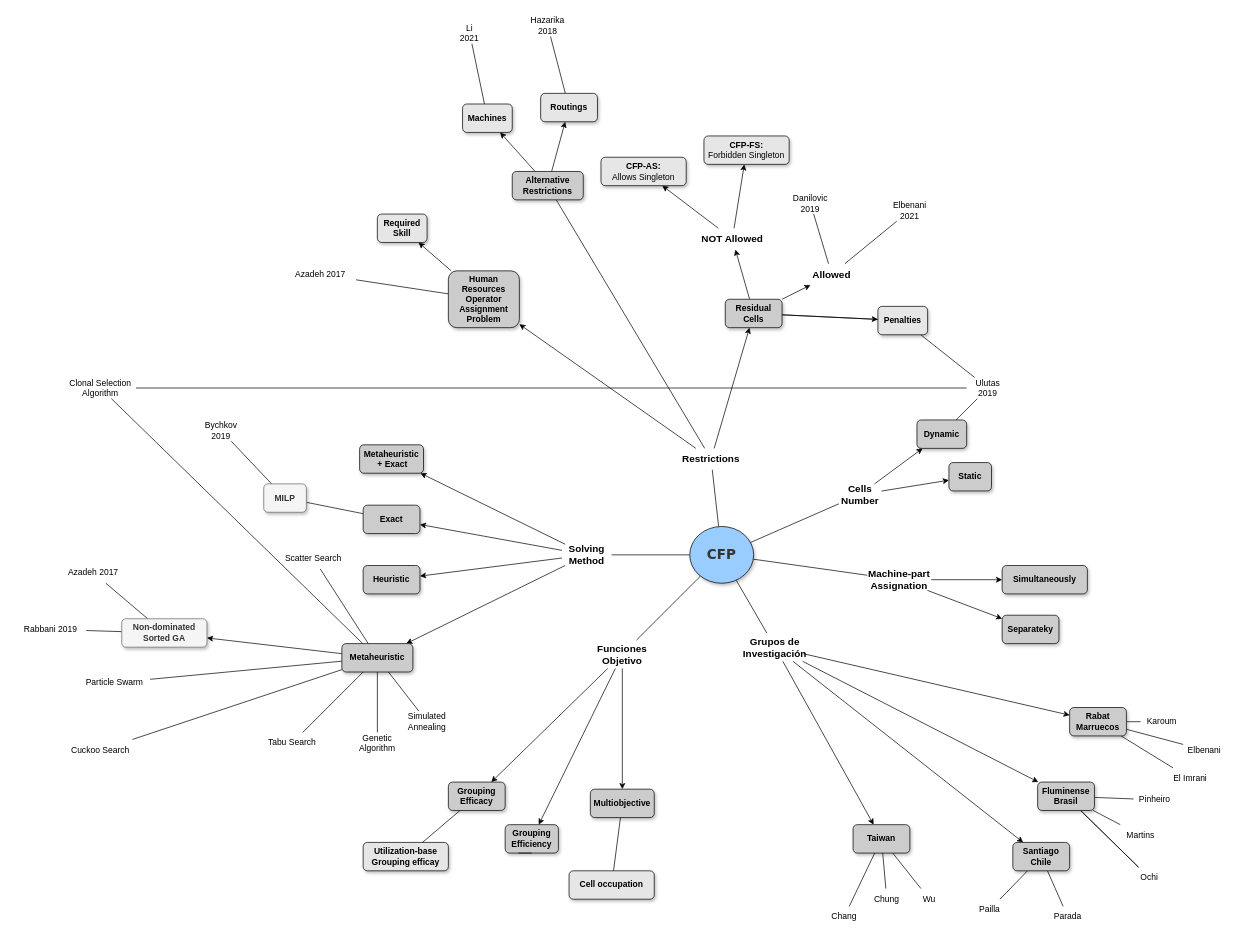
Above: bibliografia/01 TAXONOMÍA.drawio in jossanlop/cell-formation (draw.io), before the change. Source tidied: cells renumbered, new cells numbered last; positions are measured from the earlier drawing's top-left corner, leaving out a move shared by most shapes. Both pictures are drawn from the tidied source at 71%, with x=0, y=0 at pixel (15, 15).
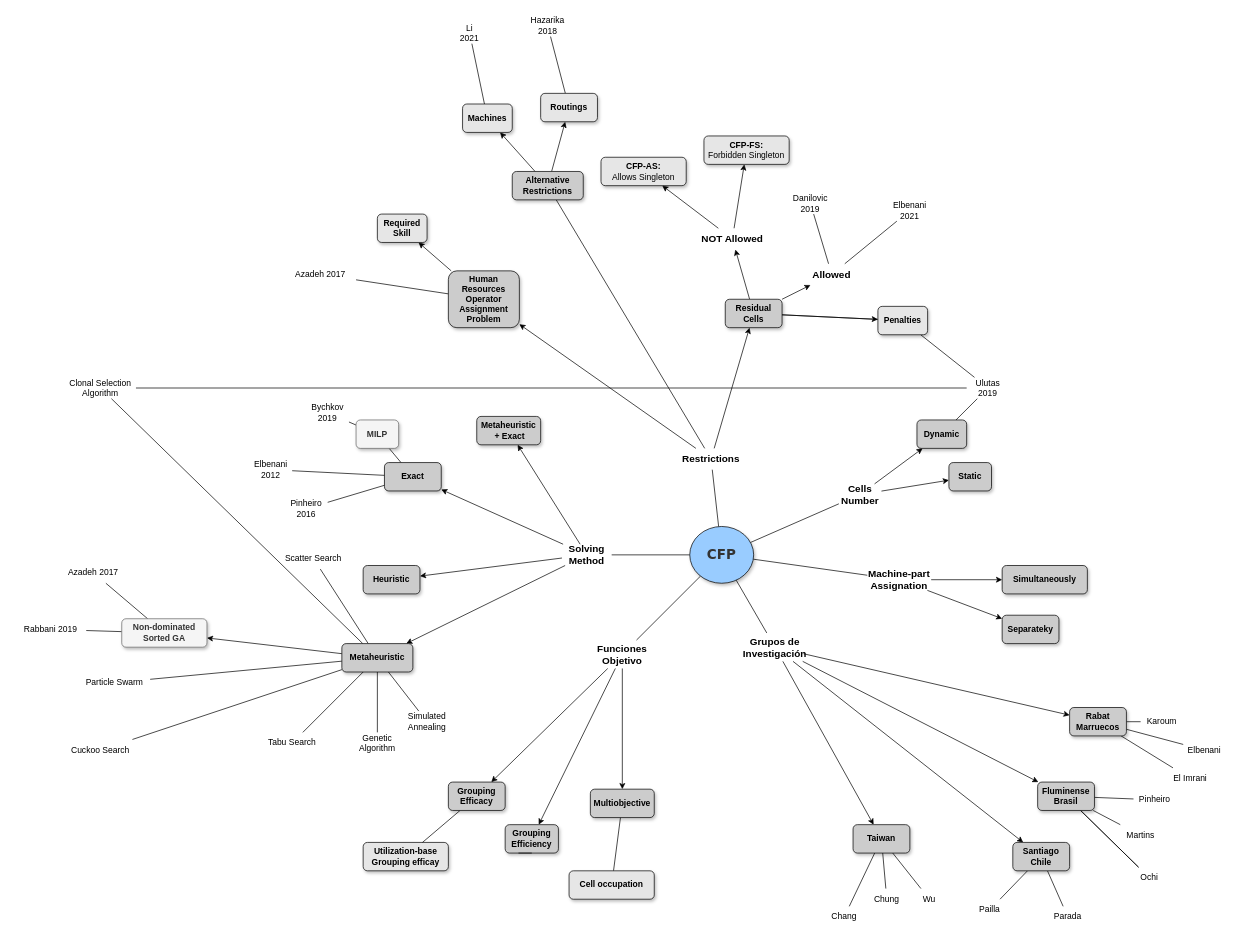
The same diagram, later.

The edit, as a diff of the source:
```diff
@@
     <mxCell id="50" value="&lt;b&gt;Metaheuristic&lt;br&gt;&amp;nbsp;+ Exact&lt;br&gt;&lt;/b&gt;" style="rounded=1;whiteSpace=wrap;html=1;shadow=1;fontSize=12;strokeColor=#000000;strokeWidth=1;fillColor=#CCCCCC;gradientColor=none;" parent="1" vertex="1">
-      <mxGeometry x="485" y="605" width="90" height="40" as="geometry" />
+      <mxGeometry x="650" y="565" width="90" height="40" as="geometry" />
     </mxCell>
@@
+    <mxCell id="137" style="rounded=0;jettySize=auto;html=1;endArrow=none;endFill=0;" parent="1" edge="1" source="52" target="139">
+      <mxGeometry relative="1" as="geometry" />
+    </mxCell>
+    <mxCell id="138" style="edgeStyle=none;rounded=0;jettySize=auto;html=1;endArrow=none;endFill=0;" parent="1" edge="1" source="52" target="140">
+      <mxGeometry relative="1" as="geometry" />
+    </mxCell>
     <mxCell id="52" value="&lt;b&gt;Exact&lt;br&gt;&lt;/b&gt;" style="rounded=1;whiteSpace=wrap;html=1;shadow=1;fontSize=12;strokeColor=#000000;strokeWidth=1;fillColor=#CCCCCC;gradientColor=none;" parent="1" vertex="1">
-      <mxGeometry x="490" y="690" width="80" height="40" as="geometry" />
+      <mxGeometry x="520" y="630" width="80" height="40" as="geometry" />
     </mxCell>
@@
     <mxCell id="90" value="&lt;b&gt;MILP&lt;br&gt;&lt;/b&gt;" style="rounded=1;whiteSpace=wrap;html=1;shadow=1;fontSize=12;strokeColor=#666666;strokeWidth=1;fillColor=#f5f5f5;fontColor=#333333;" parent="1" vertex="1">
-      <mxGeometry x="350" y="660" width="60" height="40" as="geometry" />
+      <mxGeometry x="480" y="570" width="60" height="40" as="geometry" />
     </mxCell>
     <mxCell id="91" value="Bychkov&lt;br&gt;2019" style="text;html=1;strokeColor=none;fillColor=none;align=center;verticalAlign=middle;whiteSpace=wrap;rounded=0;shadow=1;fontSize=12;" parent="1" vertex="1">
-      <mxGeometry x="260" y="570" width="60" height="30" as="geometry" />
+      <mxGeometry x="410" y="545" width="60" height="30" as="geometry" />
     </mxCell>
@@
+    <mxCell id="139" value="Elbenani 2012" style="text;html=1;strokeColor=none;fillColor=none;align=center;verticalAlign=middle;whiteSpace=wrap;rounded=0;shadow=1;fontSize=12;" parent="1" vertex="1">
+      <mxGeometry x="330" y="625" width="60" height="30" as="geometry" />
+    </mxCell>
+    <mxCell id="140" value="Pinheiro 2016" style="text;html=1;strokeColor=none;fillColor=none;align=center;verticalAlign=middle;whiteSpace=wrap;rounded=0;shadow=1;fontSize=12;" parent="1" vertex="1">
+      <mxGeometry x="380" y="680" width="60" height="30" as="geometry" />
+    </mxCell>
```
